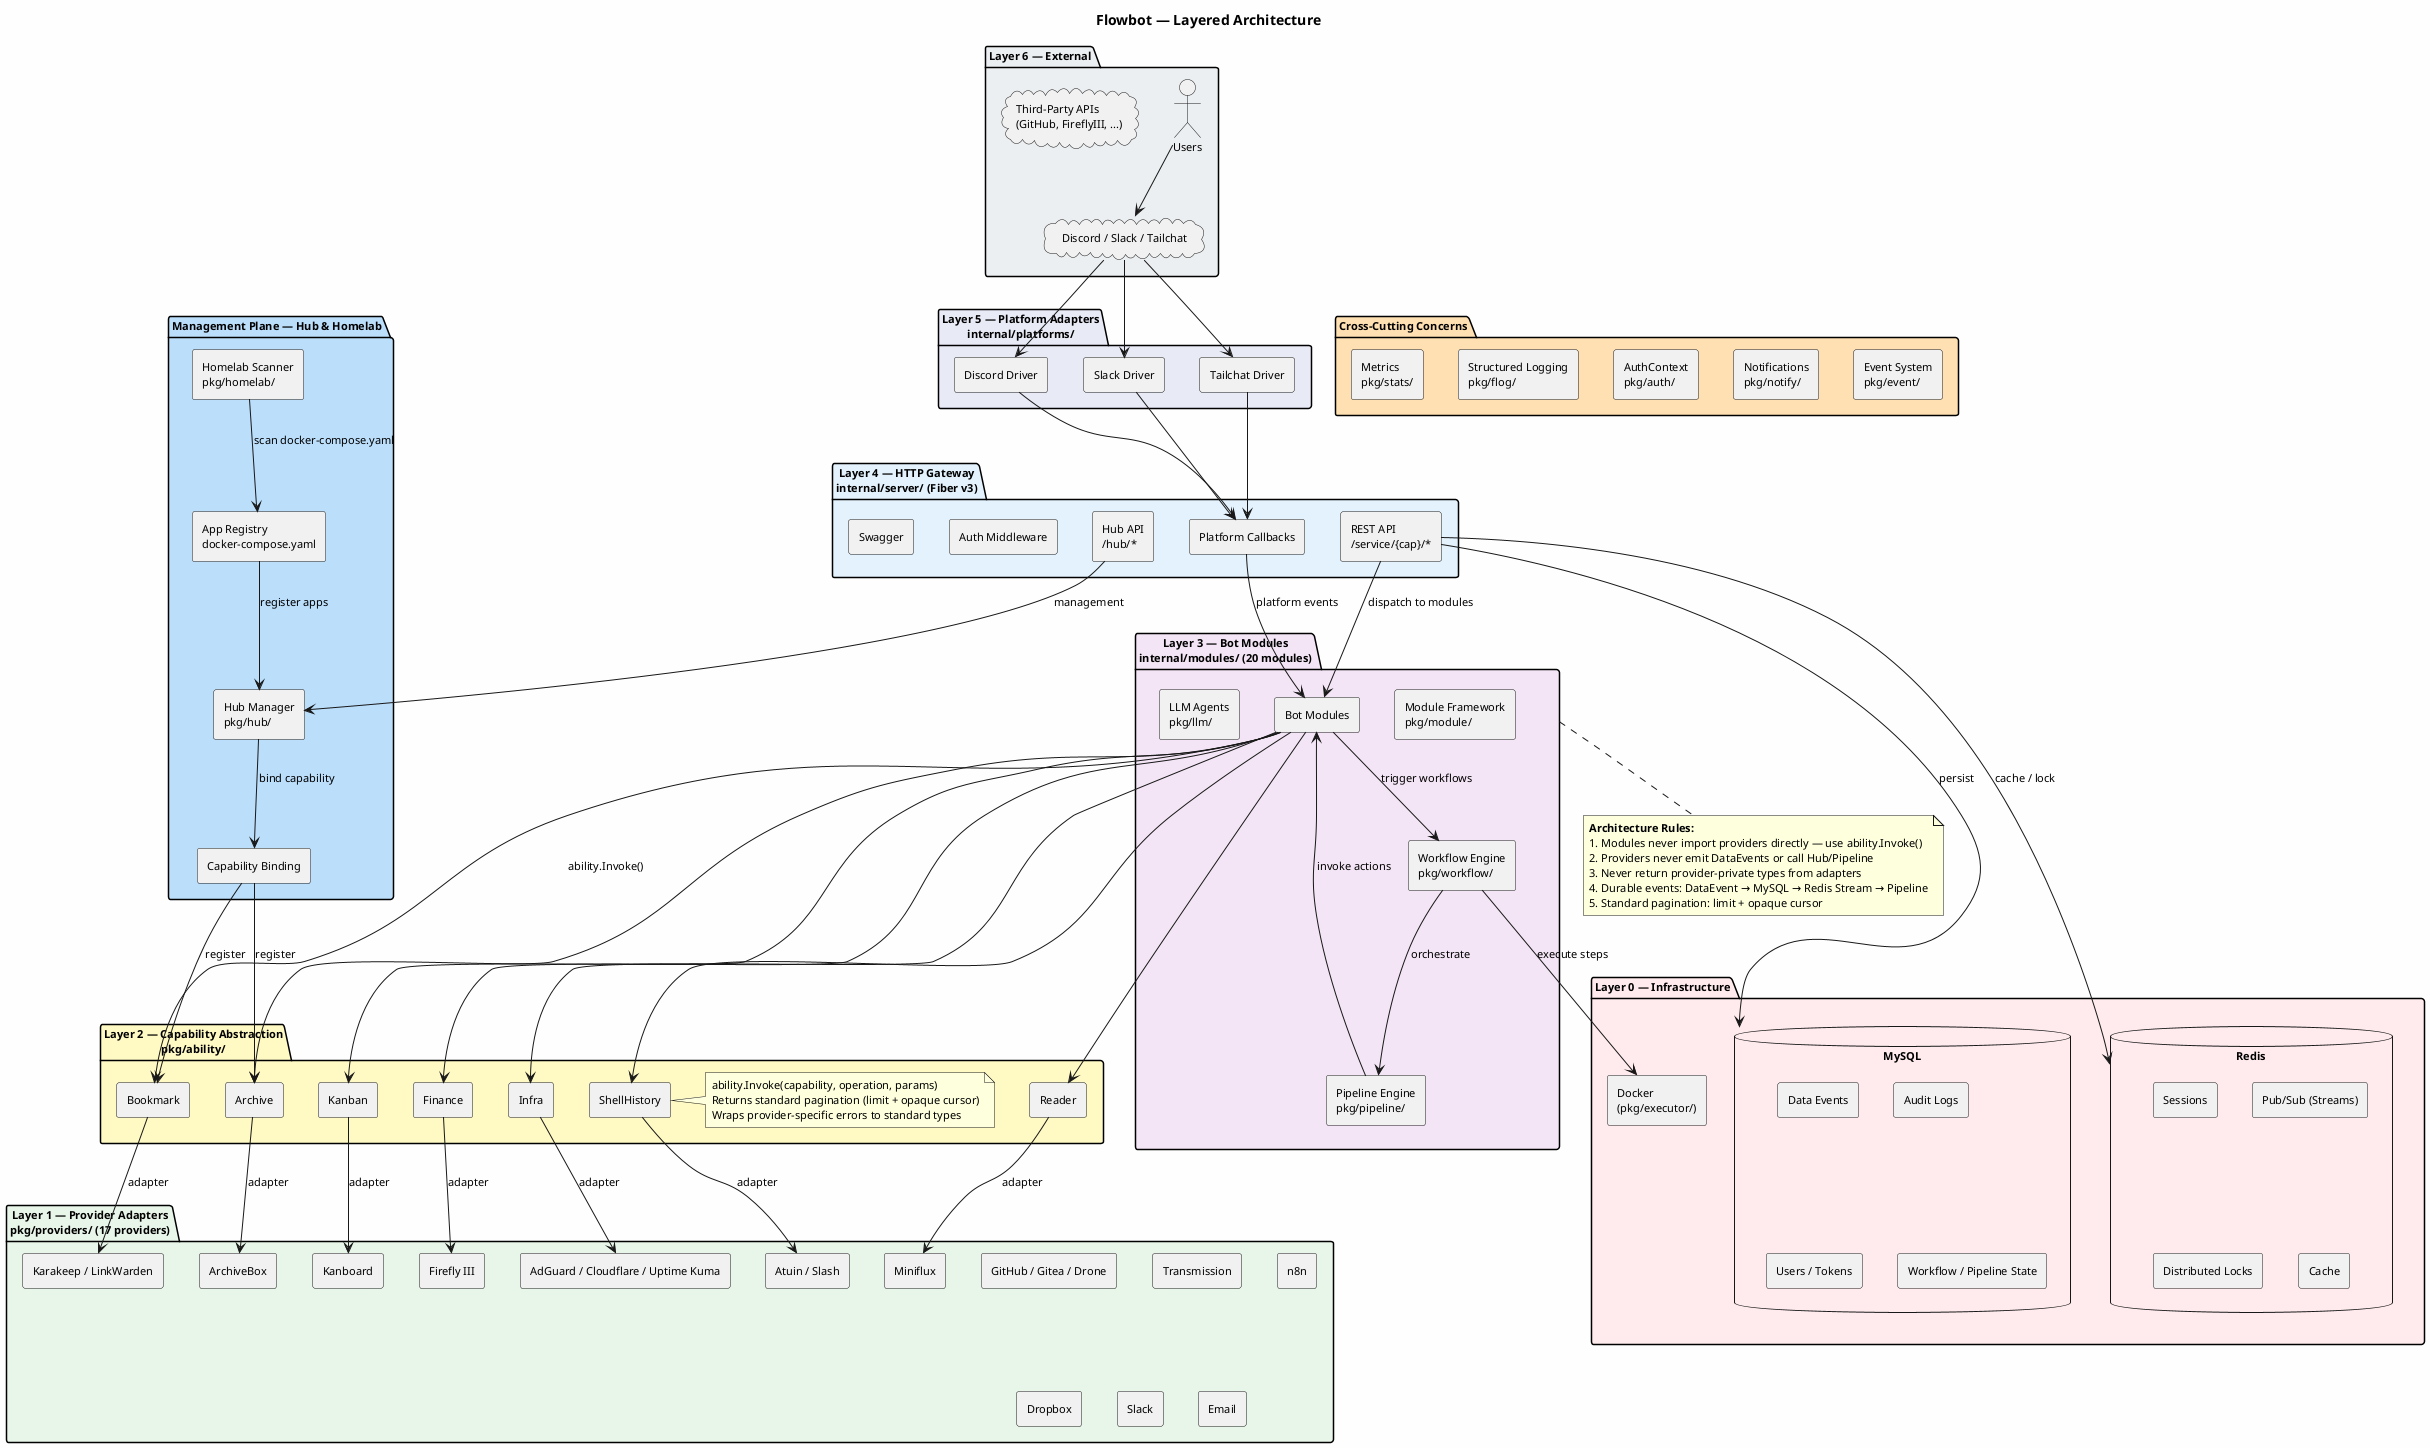
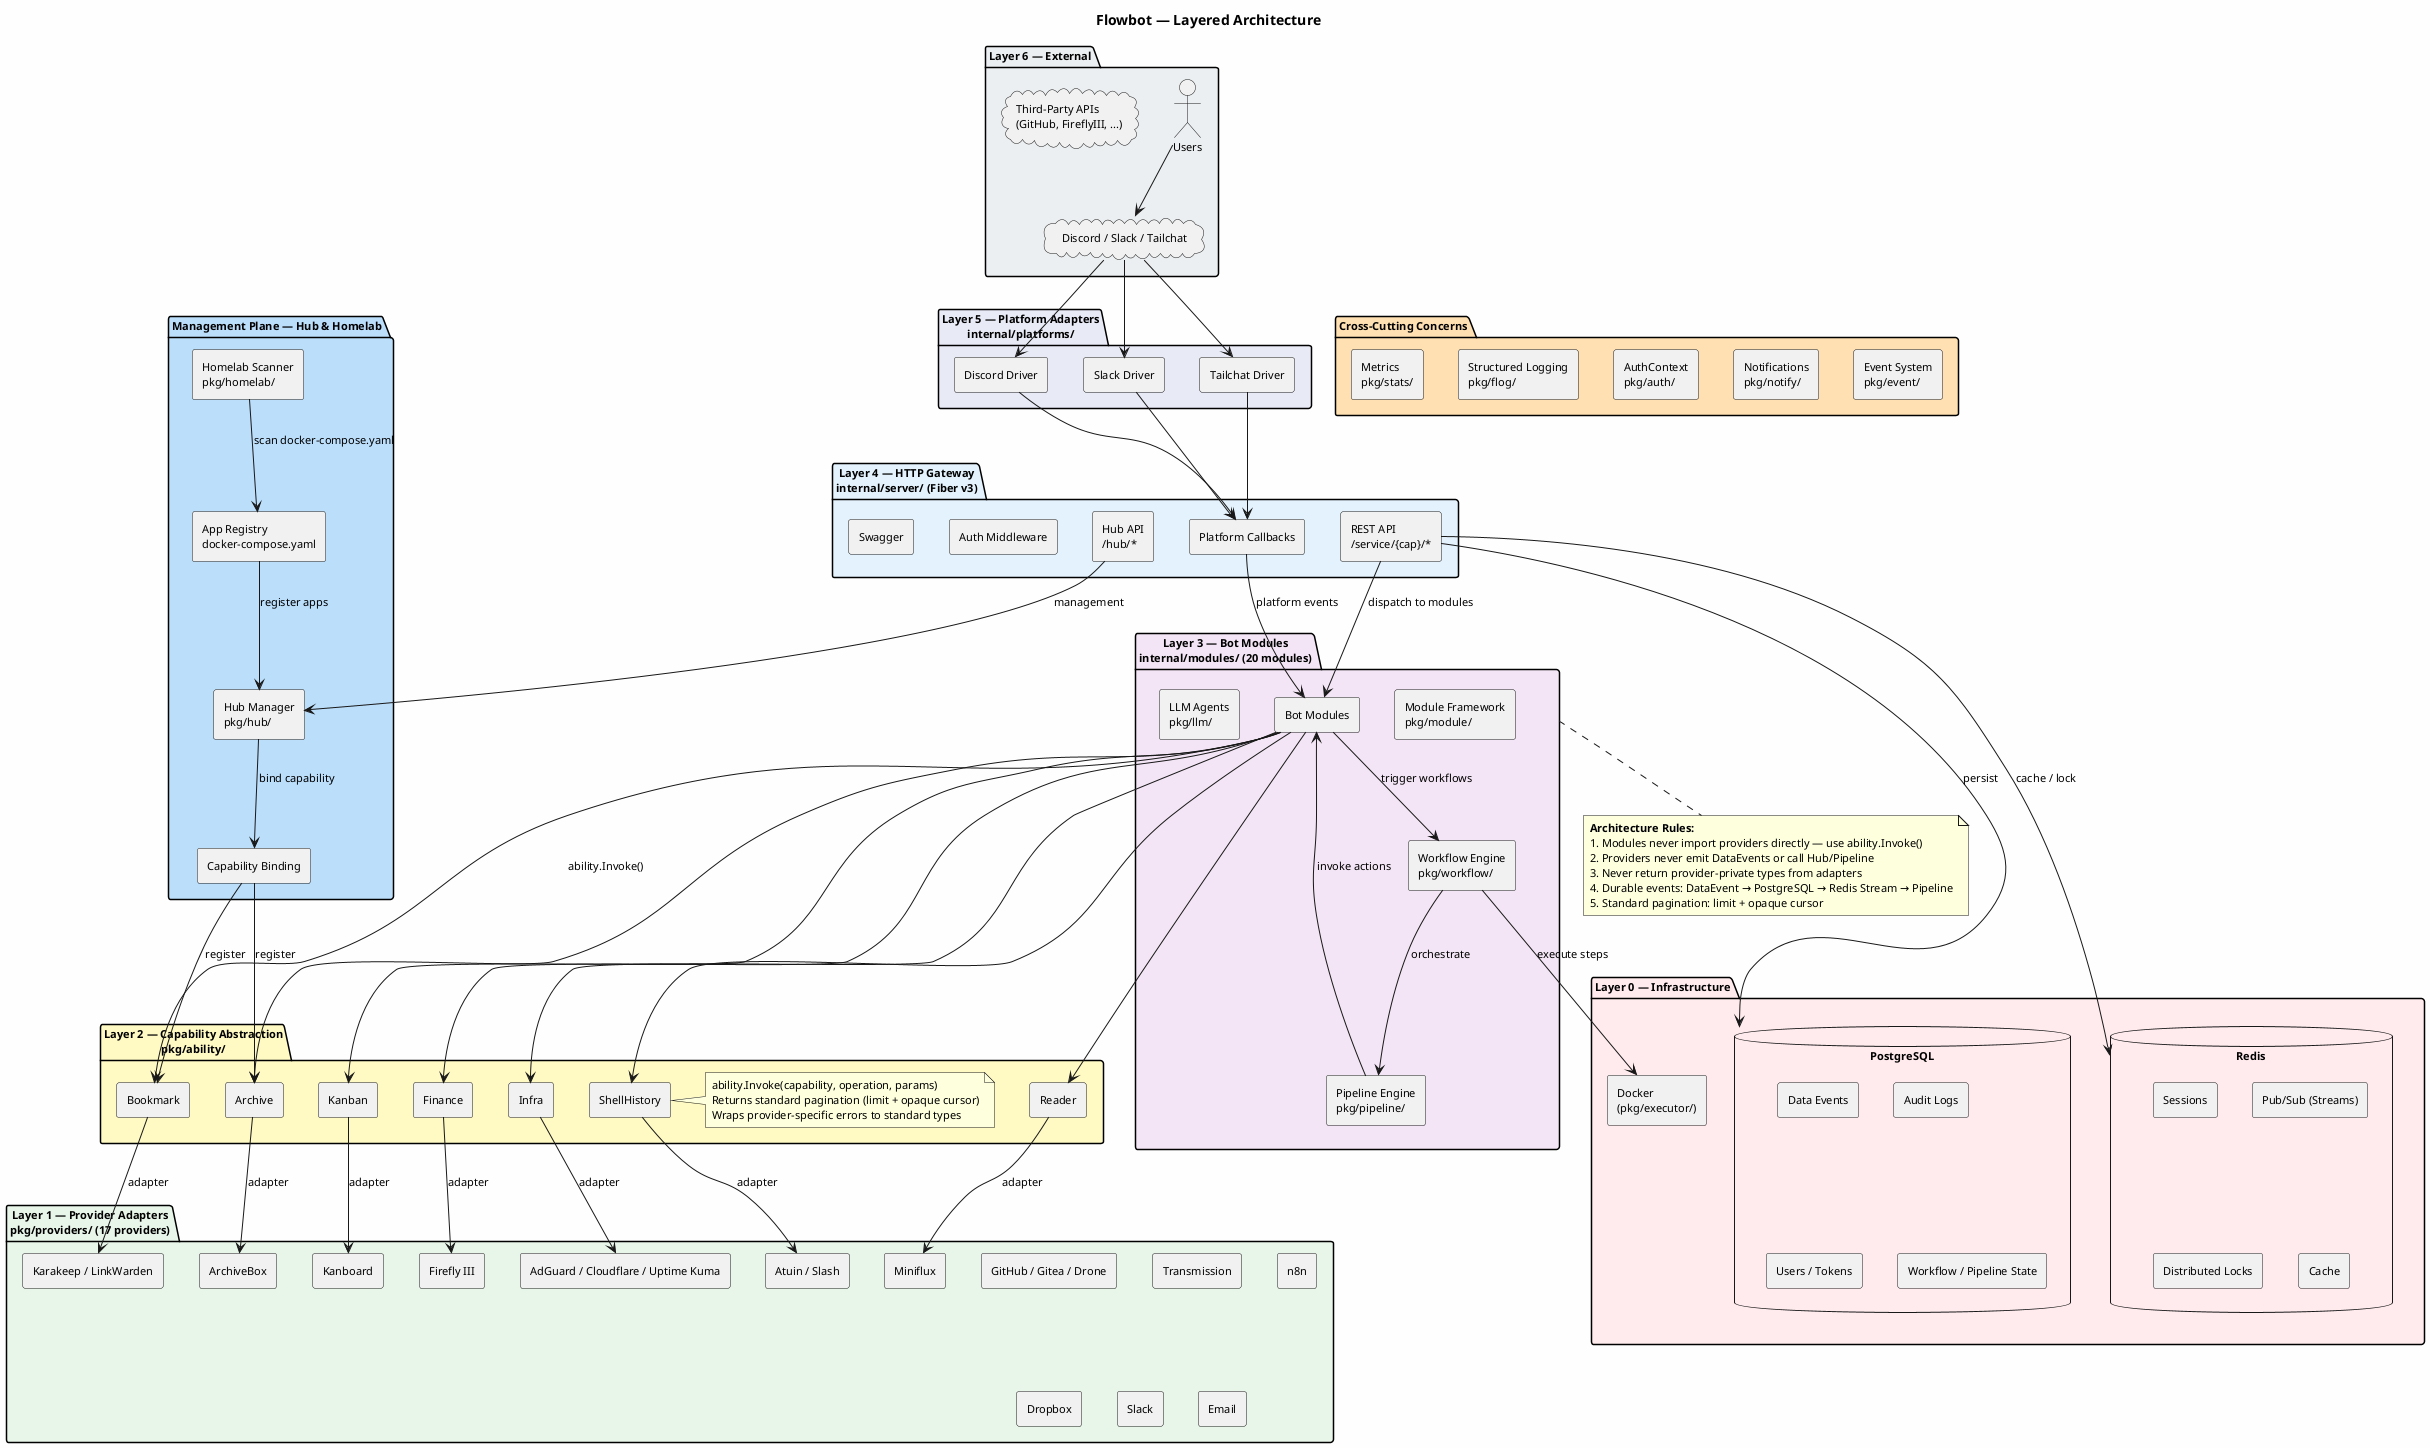
@startuml Layered Architecture
' =============================================================================
' Flowbot Layered Architecture Diagram
' Shows the abstraction layers and their relationships
' =============================================================================

skinparam componentStyle rectangle
skinparam backgroundColor #FEFEFE
skinparam defaultFontSize 11

title Flowbot — Layered Architecture

' =============================================================================
' Layer 6: External
' =============================================================================
package "Layer 6 — External" as L6 #ECEFF1 {
  actor Users
  cloud "Discord / Slack / Tailchat" as Chat
  cloud "Third-Party APIs\n(GitHub, FireflyIII, ...)" as APIs
}

' =============================================================================
' Layer 5: Platform Adapters
' =============================================================================
package "Layer 5 — Platform Adapters\ninternal/platforms/" as L5 #E8EAF6 {
  [Discord Driver] as DiscordDrv
  [Slack Driver] as SlackDrv
  [Tailchat Driver] as TailchatDrv
}

' =============================================================================
' Layer 4: HTTP / API Gateway
' =============================================================================
package "Layer 4 — HTTP Gateway\ninternal/server/ (Fiber v3)" as L4 #E3F2FD {
  [REST API\n/service/{cap}/*] as REST
  [Hub API\n/hub/*] as HubAPI
  [Platform Callbacks] as Callbacks
  [Auth Middleware] as AuthMW
  [Swagger] as Swagger
}

' =============================================================================
' Layer 3: Module / Business Logic
' =============================================================================
package "Layer 3 — Bot Modules\ninternal/modules/ (20 modules)" as L3 #F3E5F5 {
  [Module Framework\npkg/module/] as ModuleFW
  [Bot Modules] as BotMods
  [Workflow Engine\npkg/workflow/] as WF
  [Pipeline Engine\npkg/pipeline/] as Pipeline
  [LLM Agents\npkg/llm/] as LLM
}

' =============================================================================
' Layer 2: Capability Abstraction
' =============================================================================
package "Layer 2 — Capability Abstraction\npkg/ability/" as L2 #FFF9C4 {
  [Bookmark] as BookmarkAb
  [Archive] as ArchiveAb
  [Reader] as ReaderAb
  [Kanban] as KanbanAb
  [Finance] as FinanceAb
  [Infra] as InfraAb
  [ShellHistory] as ShellAb
  note right
    ability.Invoke(capability, operation, params)
    Returns standard pagination (limit + opaque cursor)
    Wraps provider-specific errors to standard types
  end note
}

' =============================================================================
' Layer 1: Provider Adapters
' =============================================================================
package "Layer 1 — Provider Adapters\npkg/providers/ (17 providers)" as L1 #E8F5E9 {
  [GitHub / Gitea / Drone] as DevGroup
  [Karakeep / LinkWarden] as BmGroup
  [ArchiveBox] as ArchGroup
  [Miniflux] as ReaderGroup
  [Kanboard] as KanbanGroup
  [Firefly III] as FinanceGroup
  [AdGuard / Cloudflare / Uptime Kuma] as InfraGroup
  [Transmission] as TorrentGroup
  [n8n] as N8NGroup
  [Dropbox] as DropboxGroup
  [Slack] as SlackGroup
  [Email] as EmailGroup
  [Atuin / Slash] as ShellGroup
}

' =============================================================================
' Layer 0: Infrastructure
' =============================================================================
package "Layer 0 — Infrastructure" as L0 #FFEBEE {
-   database "MySQL" as MySQL {
+   database "PostgreSQL" as PostgreSQL {
    [Data Events]
    [Audit Logs]
    [Users / Tokens]
    [Workflow / Pipeline State]
  }
  database "Redis" as Redis {
    [Sessions]
    [Pub/Sub (Streams)]
    [Distributed Locks]
    [Cache]
  }
  [Docker\n(pkg/executor/)] as Docker
}

' =============================================================================
' Hub / Homelab (Side Plane)
' =============================================================================
package "Management Plane — Hub & Homelab" as HubPlane #BBDEFB {
  [Homelab Scanner\npkg/homelab/] as Scanner
  [App Registry\ndocker-compose.yaml] as Registry
  [Hub Manager\npkg/hub/] as Hub
  [Capability Binding] as Binding
}

' =============================================================================
' Cross-Cutting
' =============================================================================
package "Cross-Cutting Concerns" as Cross #FFE0B2 {
  [AuthContext\npkg/auth/] as AuthCtx
  [Notifications\npkg/notify/] as Notify
  [Event System\npkg/event/] as EventSys
  [Structured Logging\npkg/flog/] as Flog
  [Metrics\npkg/stats/] as Metrics
}

' =============================================================================
' Connections — Top to Bottom
' =============================================================================
Users --> Chat
Chat --> DiscordDrv
Chat --> SlackDrv
Chat --> TailchatDrv

DiscordDrv --> Callbacks
SlackDrv --> Callbacks
TailchatDrv --> Callbacks

REST --> BotMods : dispatch to modules
HubAPI --> Hub : management
Callbacks --> BotMods : platform events

BotMods --> BookmarkAb : ability.Invoke()
BotMods --> ArchiveAb
BotMods --> ReaderAb
BotMods --> KanbanAb
BotMods --> FinanceAb
BotMods --> InfraAb
BotMods --> ShellAb

BookmarkAb --> BmGroup : adapter
ArchiveAb --> ArchGroup : adapter
ReaderAb --> ReaderGroup : adapter
KanbanAb --> KanbanGroup : adapter
FinanceAb --> FinanceGroup : adapter
InfraAb --> InfraGroup : adapter
ShellAb --> ShellGroup : adapter

BotMods --> WF : trigger workflows
WF --> Pipeline : orchestrate
Pipeline --> BotMods : invoke actions
WF --> Docker : execute steps

- REST --> MySQL : persist
+ REST --> PostgreSQL : persist
REST --> Redis : cache / lock

' =============================================================================
' Hub Plane
' =============================================================================
Scanner --> Registry : scan docker-compose.yaml
Registry --> Hub : register apps
Hub --> Binding : bind capability
Binding --> BookmarkAb : register
Binding --> ArchiveAb : register

' =============================================================================
' Cross-Cutting reaches all layers
' =============================================================================
AuthCtx -[hidden]-> REST
AuthCtx -[hidden]-> BotMods
Notify -[hidden]-> BotMods
EventSys -[hidden]-> BotMods

note bottom of L3
  <b>Architecture Rules:</b>
  1. Modules never import providers directly — use ability.Invoke()
  2. Providers never emit DataEvents or call Hub/Pipeline
  3. Never return provider-private types from adapters
-   4. Durable events: DataEvent → MySQL → Redis Stream → Pipeline
+   4. Durable events: DataEvent → PostgreSQL → Redis Stream → Pipeline
  5. Standard pagination: limit + opaque cursor
end note

@enduml
